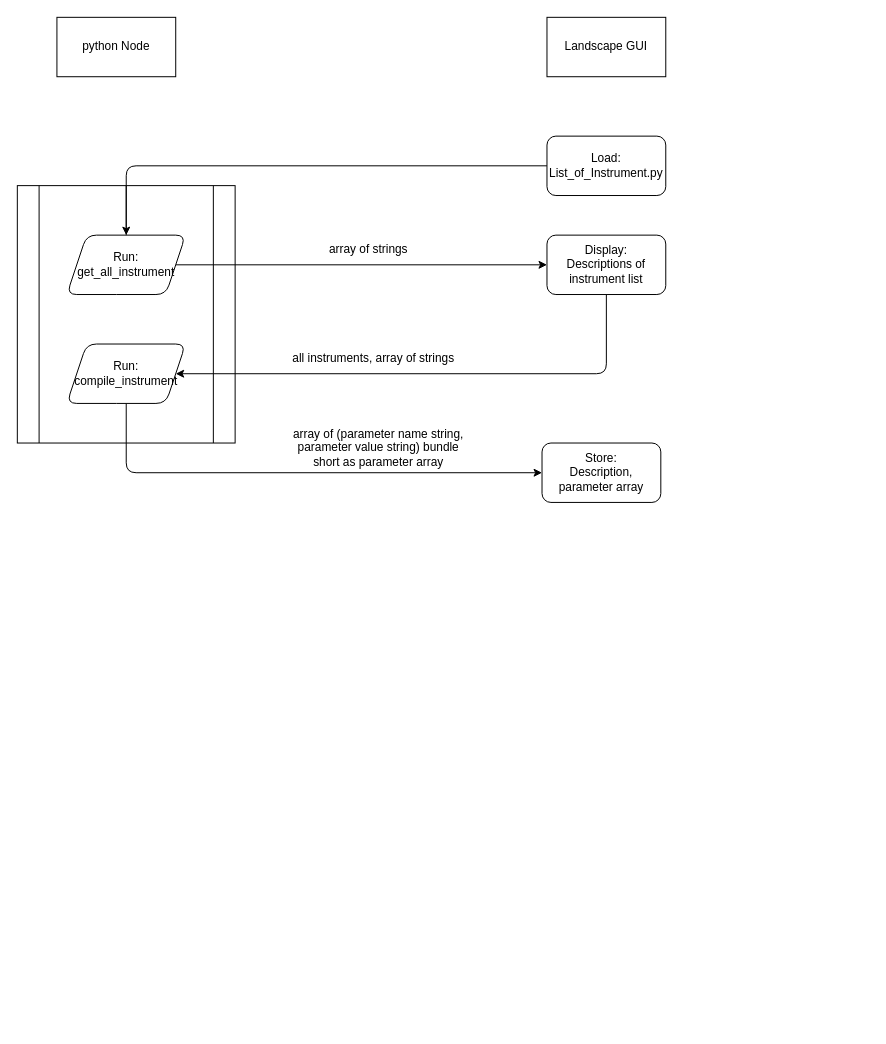
Earlier version of the draw.io diagram Work Flow.drawio (phyzrx/Landscape-DataStream-v1.1). Source tidied: cells renumbered, new cells numbered last; positions are measured from the earlier drawing's top-left corner, leaving out a move shared by most shapes. Both pictures are drawn from the tidied source at 99%, with x=0, y=0 at pixel (17, 17).
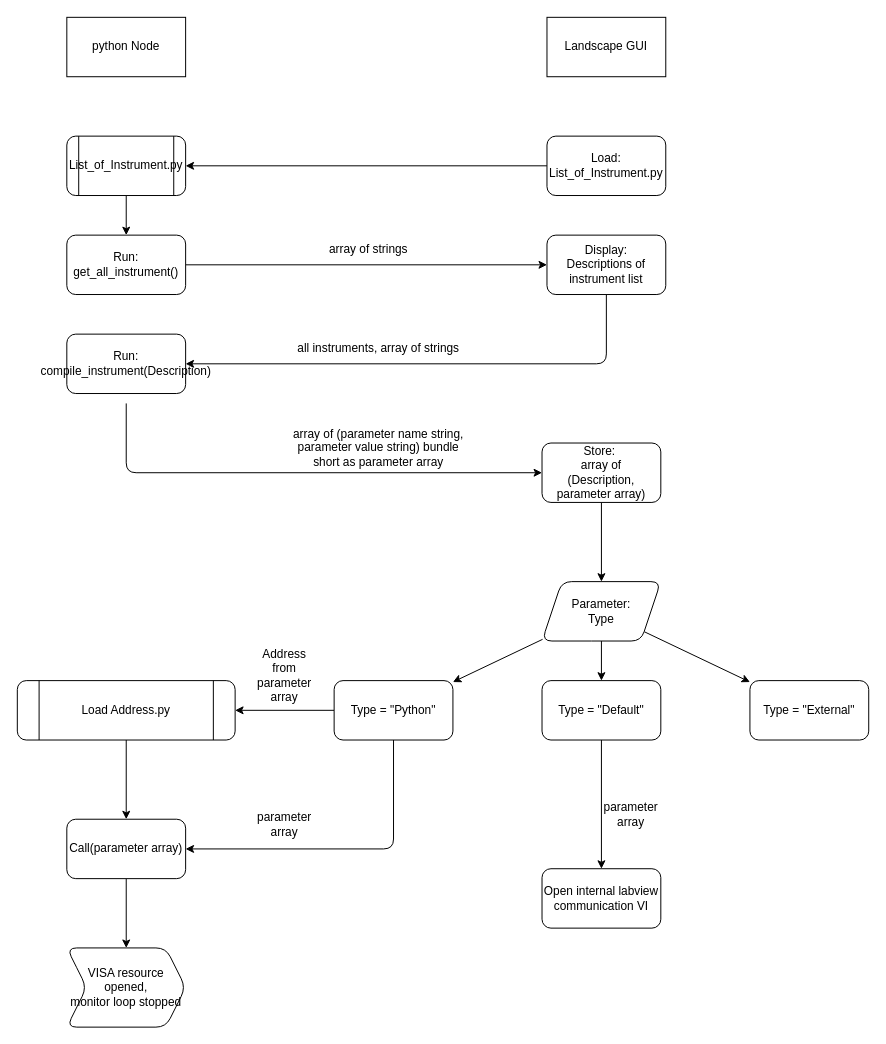
After the change.

Unchanged cells that the change refers to:
```xml
<mxCell id="8" value="Load:&lt;br&gt;List_of_Instrument.py" style="rounded=1;whiteSpace=wrap;html=1;" parent="1" vertex="1">
  <mxGeometry x="535" y="120" width="120" height="60" as="geometry" />
</mxCell>
<mxCell id="10" value="Display:&lt;br&gt;Descriptions of instrument list" style="whiteSpace=wrap;html=1;rounded=1;" parent="1" vertex="1">
  <mxGeometry x="535" y="220" width="120" height="60" as="geometry" />
</mxCell>
```

The edit, as a diff of the source:
```diff
@@
-    <mxCell id="2" style="shape=process;whiteSpace=wrap;html=1;backgroundOutline=1;" parent="1" vertex="1">
-      <mxGeometry y="170" width="220" height="260" as="geometry" />
-    </mxCell>
-    <mxCell id="3" style="edgeStyle=none;html=1;startArrow=none;exitX=1;exitY=0.5;exitDx=0;exitDy=0;" parent="1" edge="1" source="4" target="10">
+    <mxCell id="3" style="edgeStyle=none;html=1;startArrow=none;exitX=1;exitY=0.5;exitDx=0;exitDy=0;" parent="1" edge="1" source="30" target="10">
       <mxGeometry relative="1" as="geometry" />
     </mxCell>
-    <mxCell id="4" value="Run:&lt;br&gt;get_all_instrument" style="shape=parallelogram;perimeter=parallelogramPerimeter;whiteSpace=wrap;html=1;fixedSize=1;rounded=1;" parent="1" vertex="1">
-      <mxGeometry x="50" y="220" width="120" height="60" as="geometry" />
-    </mxCell>
-    <mxCell id="5" style="edgeStyle=none;html=1;exitX=0.5;exitY=1;exitDx=0;exitDy=0;entryX=0;entryY=0.5;entryDx=0;entryDy=0;" parent="1" edge="1" source="6" target="17">
+    <mxCell id="5" style="edgeStyle=none;html=1;exitX=0.5;exitY=1;exitDx=0;exitDy=0;entryX=0;entryY=0.5;entryDx=0;entryDy=0;" parent="1" edge="1" target="17">
       <mxGeometry relative="1" as="geometry">
+        <mxPoint x="110" y="390" as="sourcePoint" />
         <Array as="points">
           <mxPoint x="110" y="460" />
         </Array>
       </mxGeometry>
     </mxCell>
-    <mxCell id="6" value="Run:&lt;br&gt;compile_instrument" style="shape=parallelogram;perimeter=parallelogramPerimeter;whiteSpace=wrap;html=1;fixedSize=1;rounded=1;" parent="1" vertex="1">
-      <mxGeometry x="50" y="330" width="120" height="60" as="geometry" />
-    </mxCell>
-    <mxCell id="7" style="edgeStyle=none;html=1;entryX=0.5;entryY=0;entryDx=0;entryDy=0;" parent="1" edge="1" source="8" target="4">
-      <mxGeometry relative="1" as="geometry">
-        <Array as="points">
-          <mxPoint x="110" y="150" />
-        </Array>
-      </mxGeometry>
-    </mxCell>
+    <mxCell id="18" style="edgeStyle=none;html=1;" parent="1" edge="1" source="8" target="40">
+      <mxGeometry relative="1" as="geometry" />
+    </mxCell>
@@
-    <mxCell id="9" style="edgeStyle=none;html=1;exitX=0.5;exitY=1;exitDx=0;exitDy=0;entryX=1;entryY=0.5;entryDx=0;entryDy=0;" parent="1" edge="1" source="10" target="6">
+    <mxCell id="9" style="edgeStyle=none;html=1;exitX=0.5;exitY=1;exitDx=0;exitDy=0;" parent="1" edge="1" source="10" target="31">
       <mxGeometry relative="1" as="geometry">
         <Array as="points">
-          <mxPoint x="595" y="360" />
+          <mxPoint x="595" y="350" />
         </Array>
       </mxGeometry>
     </mxCell>
@@
     <mxCell id="11" value="python Node" style="rounded=0;whiteSpace=wrap;html=1;" parent="1" vertex="1">
-      <mxGeometry x="40" width="120" height="60" as="geometry" />
+      <mxGeometry x="50" width="120" height="60" as="geometry" />
     </mxCell>
@@
-    <mxCell id="13" style="edgeStyle=none;html=1;endArrow=none;" parent="1" edge="1" source="4" target="2">
-      <mxGeometry relative="1" as="geometry" />
-    </mxCell>
@@
     <mxCell id="16" value="all instruments, array of strings" style="text;html=1;strokeColor=none;fillColor=none;align=center;verticalAlign=middle;whiteSpace=wrap;rounded=0;" parent="1" vertex="1">
-      <mxGeometry x="260" y="330" width="200" height="30" as="geometry" />
+      <mxGeometry x="265" y="320" width="200" height="30" as="geometry" />
     </mxCell>
+    <mxCell id="19" style="edgeStyle=none;html=1;" parent="1" edge="1" source="17" target="23">
+      <mxGeometry relative="1" as="geometry" />
+    </mxCell>
-    <mxCell id="17" value="Store:&lt;br&gt;Description, parameter array" style="whiteSpace=wrap;html=1;rounded=1;" parent="1" vertex="1">
+    <mxCell id="17" value="Store:&amp;nbsp;&lt;br&gt;array of&lt;br&gt;(Description, parameter array)" style="whiteSpace=wrap;html=1;rounded=1;" parent="1" vertex="1">
       <mxGeometry x="530" y="430" width="120" height="60" as="geometry" />
     </mxCell>
+    <mxCell id="20" style="edgeStyle=none;html=1;" parent="1" edge="1" source="23" target="26">
+      <mxGeometry relative="1" as="geometry" />
+    </mxCell>
+    <mxCell id="21" style="edgeStyle=none;html=1;" parent="1" edge="1" source="23" target="28">
+      <mxGeometry relative="1" as="geometry" />
+    </mxCell>
+    <mxCell id="22" style="edgeStyle=none;html=1;" parent="1" edge="1" source="23" target="29">
+      <mxGeometry relative="1" as="geometry" />
+    </mxCell>
+    <mxCell id="23" value="Parameter:&lt;br&gt;Type" style="shape=parallelogram;perimeter=parallelogramPerimeter;whiteSpace=wrap;html=1;fixedSize=1;rounded=1;" parent="1" vertex="1">
+      <mxGeometry x="530" y="570" width="120" height="60" as="geometry" />
+    </mxCell>
+    <mxCell id="24" style="edgeStyle=none;html=1;" parent="1" edge="1" source="26" target="35">
+      <mxGeometry relative="1" as="geometry" />
+    </mxCell>
+    <mxCell id="25" style="edgeStyle=none;html=1;exitX=0.5;exitY=1;exitDx=0;exitDy=0;entryX=1;entryY=0.5;entryDx=0;entryDy=0;" parent="1" edge="1" source="26" target="38">
+      <mxGeometry relative="1" as="geometry">
+        <Array as="points">
+          <mxPoint x="380" y="840" />
+        </Array>
+      </mxGeometry>
+    </mxCell>
+    <mxCell id="26" value="Type = &quot;Python&quot;" style="whiteSpace=wrap;html=1;rounded=1;" parent="1" vertex="1">
+      <mxGeometry x="320" y="670" width="120" height="60" as="geometry" />
+    </mxCell>
+    <mxCell id="27" style="edgeStyle=none;html=1;" parent="1" edge="1" source="28" target="32">
+      <mxGeometry relative="1" as="geometry" />
+    </mxCell>
+    <mxCell id="28" value="Type = &quot;Default&quot;" style="rounded=1;whiteSpace=wrap;html=1;" parent="1" vertex="1">
+      <mxGeometry x="530" y="670" width="120" height="60" as="geometry" />
+    </mxCell>
+    <mxCell id="29" value="Type = &quot;External&quot;" style="whiteSpace=wrap;html=1;rounded=1;" parent="1" vertex="1">
+      <mxGeometry x="740" y="670" width="120" height="60" as="geometry" />
+    </mxCell>
+    <mxCell id="30" value="Run:&lt;br&gt;get_all_instrument()" style="rounded=1;whiteSpace=wrap;html=1;" parent="1" vertex="1">
+      <mxGeometry x="50" y="220" width="120" height="60" as="geometry" />
+    </mxCell>
+    <mxCell id="31" value="Run:&lt;br&gt;compile_instrument(Description)" style="rounded=1;whiteSpace=wrap;html=1;" parent="1" vertex="1">
+      <mxGeometry x="50" y="320" width="120" height="60" as="geometry" />
+    </mxCell>
+    <mxCell id="32" value="Open internal labview communication VI" style="whiteSpace=wrap;html=1;rounded=1;" parent="1" vertex="1">
+      <mxGeometry x="530" y="860" width="120" height="60" as="geometry" />
+    </mxCell>
+    <mxCell id="33" value="parameter array" style="text;html=1;strokeColor=none;fillColor=none;align=center;verticalAlign=middle;whiteSpace=wrap;rounded=0;" parent="1" vertex="1">
+      <mxGeometry x="590" y="790" width="60" height="30" as="geometry" />
+    </mxCell>
+    <mxCell id="34" style="edgeStyle=none;html=1;" parent="1" edge="1" source="35" target="38">
+      <mxGeometry relative="1" as="geometry" />
+    </mxCell>
+    <mxCell id="35" value="Load Address.py" style="shape=process;whiteSpace=wrap;html=1;backgroundOutline=1;rounded=1;" parent="1" vertex="1">
+      <mxGeometry y="670" width="220" height="60" as="geometry" />
+    </mxCell>
+    <mxCell id="36" value="Address from parameter array" style="text;html=1;strokeColor=none;fillColor=none;align=center;verticalAlign=middle;whiteSpace=wrap;rounded=0;" parent="1" vertex="1">
+      <mxGeometry x="240" y="650" width="60" height="30" as="geometry" />
+    </mxCell>
+    <mxCell id="37" style="edgeStyle=none;html=1;" parent="1" edge="1" source="38" target="42">
+      <mxGeometry relative="1" as="geometry" />
+    </mxCell>
+    <mxCell id="38" value="Call(parameter array)" style="whiteSpace=wrap;html=1;rounded=1;" parent="1" vertex="1">
+      <mxGeometry x="50" y="810" width="120" height="60" as="geometry" />
+    </mxCell>
+    <mxCell id="39" style="edgeStyle=none;html=1;exitX=0.5;exitY=1;exitDx=0;exitDy=0;entryX=0.5;entryY=0;entryDx=0;entryDy=0;" parent="1" edge="1" source="40" target="30">
+      <mxGeometry relative="1" as="geometry" />
+    </mxCell>
+    <mxCell id="40" value="List_of_Instrument.py" style="shape=process;whiteSpace=wrap;html=1;backgroundOutline=1;rounded=1;" parent="1" vertex="1">
+      <mxGeometry x="50" y="120" width="120" height="60" as="geometry" />
+    </mxCell>
+    <mxCell id="41" value="parameter array" style="text;html=1;strokeColor=none;fillColor=none;align=center;verticalAlign=middle;whiteSpace=wrap;rounded=0;" parent="1" vertex="1">
+      <mxGeometry x="240" y="800" width="60" height="30" as="geometry" />
+    </mxCell>
+    <mxCell id="42" value="VISA resource opened,&lt;br&gt;monitor loop stopped" style="shape=step;perimeter=stepPerimeter;whiteSpace=wrap;html=1;fixedSize=1;rounded=1;" parent="1" vertex="1">
+      <mxGeometry x="50" y="940" width="120" height="80" as="geometry" />
+    </mxCell>
```
